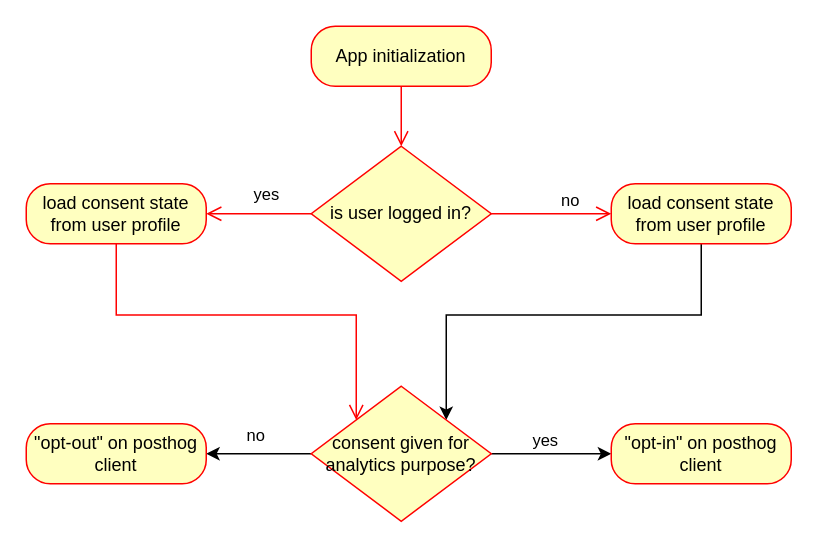
The draw.io diagram docs/img/tracking-consent.drawio in holi-social/app.gitlab-pages.holi.team, before the edit. Source tidied: cells renumbered, new cells numbered last; positions are measured from the earlier drawing's top-left corner, leaving out a move shared by most shapes. Both pictures are drawn from the tidied source at 150%, with x=0, y=0 at pixel (26, 26).
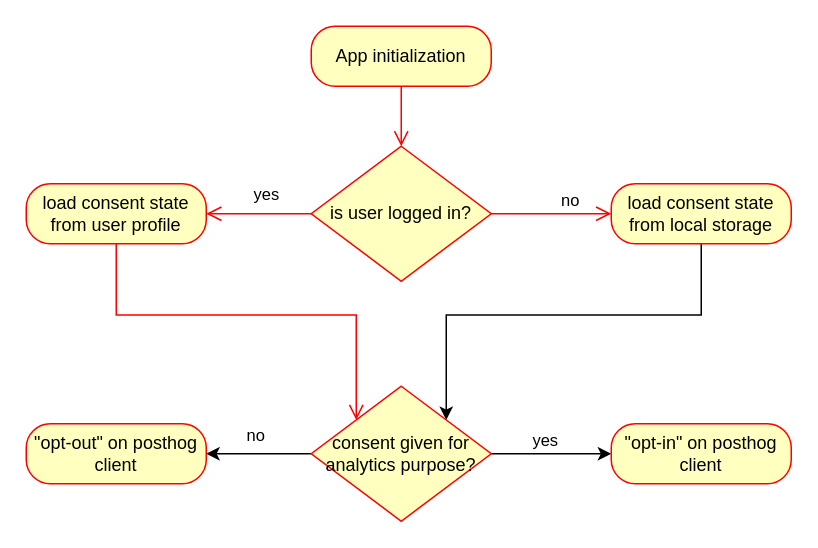
The same diagram, later.

Commit message:
HOLI-8162: fix typo in consent flow diagram

What changed in the source:
```diff
@@
-    <mxCell id="17" value="load consent state from user profile" style="rounded=1;whiteSpace=wrap;html=1;arcSize=40;fontColor=#000000;fillColor=#ffffc0;strokeColor=#ff0000;" parent="1" vertex="1">
+    <mxCell id="17" value="load consent state from local storage" style="rounded=1;whiteSpace=wrap;html=1;arcSize=40;fontColor=#000000;fillColor=#ffffc0;strokeColor=#ff0000;" parent="1" vertex="1">
       <mxGeometry x="390" y="105" width="120" height="40" as="geometry" />
     </mxCell>
```
